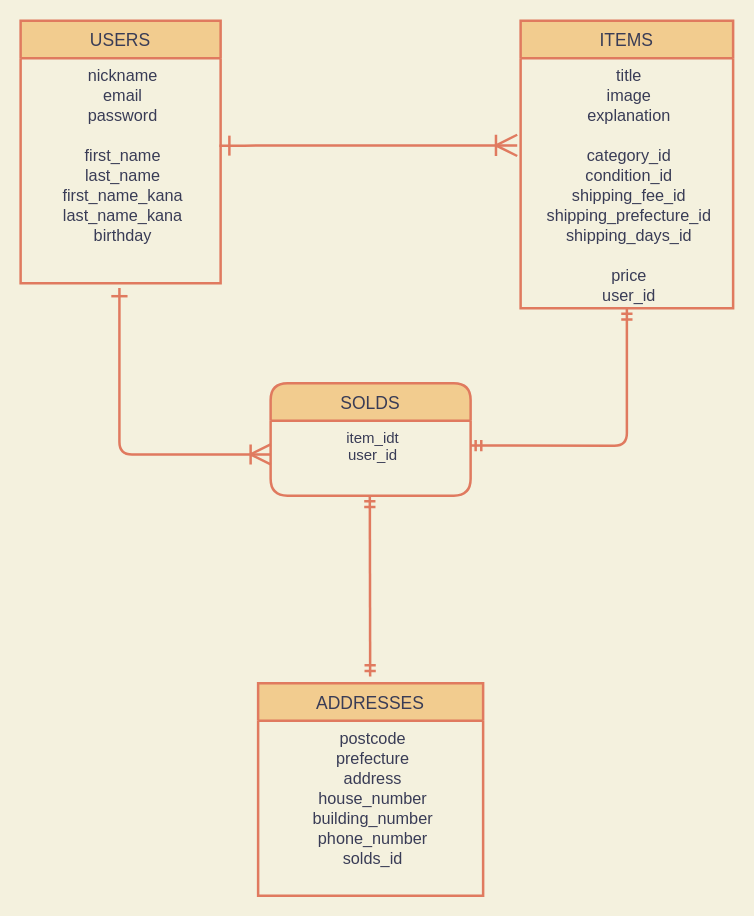
Earlier version of the draw.io diagram furima.dio (ZUNMASUI/furima-33472). Source tidied: cells renumbered, new cells numbered last; positions are measured from the earlier drawing's top-left corner, leaving out a move shared by most shapes. Both pictures are drawn from the tidied source at 125%, with x=0, y=0 at pixel (20, 20).
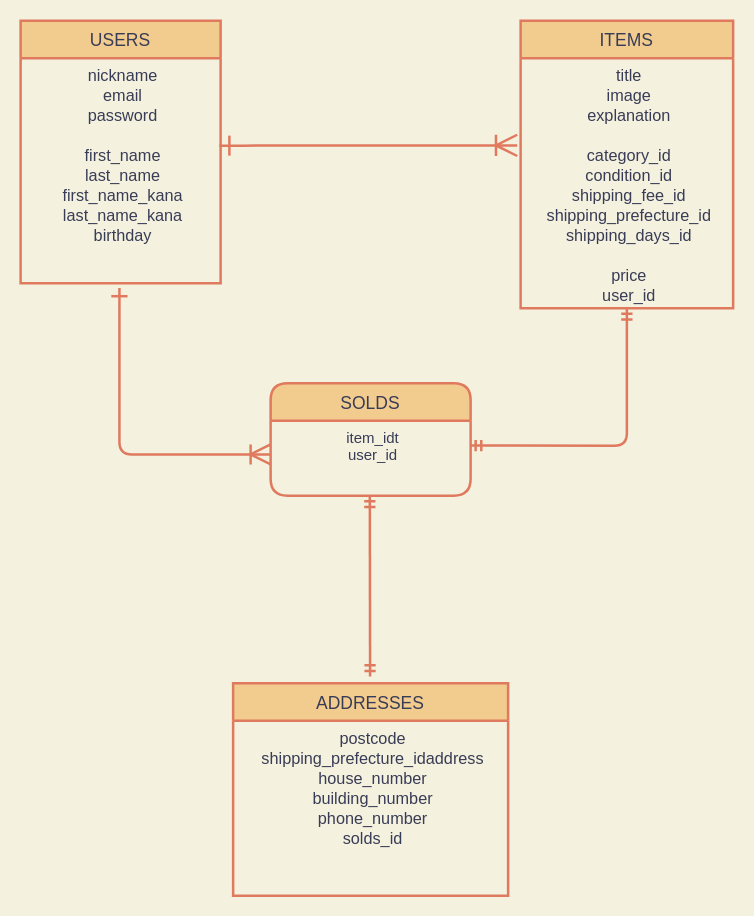
Above is the later version.

Commit message (it also covers changes not shown here):
２回目の修正

What changed in the source:
```diff
@@
 <mxGraphModel background="#F4F1DE">
   <root>
     <mxCell id="0" />
     <mxCell id="1" parent="0" />
     <mxCell id="2" value="USERS" style="swimlane;horizontal=1;startSize=30;fontSize=14;fontStyle=0;strokeWidth=2;shadow=0;dashed=0;align=center;fillColor=#F2CC8F;strokeColor=#E07A5F;fontColor=#393C56;" parent="1" vertex="1">
       <mxGeometry width="160" height="210" as="geometry" />
     </mxCell>
     <mxCell id="3" value="nickname&#10;email&#10;password&#10;&#10;first_name&#10;last_name&#10;first_name_kana&#10;last_name_kana&#10;birthday" style="align=center;strokeColor=none;fillColor=none;spacingLeft=4;fontSize=13;verticalAlign=top;fontColor=#393C56;" parent="2" vertex="1">
       <mxGeometry y="30" width="160" height="180" as="geometry" />
     </mxCell>
     <mxCell id="4" value="ITEMS" style="swimlane;horizontal=1;startSize=30;fontSize=14;fontStyle=0;strokeWidth=2;shadow=0;dashed=0;align=center;fillColor=#F2CC8F;strokeColor=#E07A5F;fontColor=#393C56;" parent="1" vertex="1">
       <mxGeometry x="400" width="170" height="230" as="geometry" />
     </mxCell>
     <mxCell id="5" value="title&#10;image&#10;explanation&#10;&#10;category_id&#10;condition_id&#10;shipping_fee_id&#10;shipping_prefecture_id&#10;shipping_days_id&#10;&#10;price&#10;user_id&#10;" style="align=center;strokeColor=none;fillColor=none;spacingLeft=4;fontSize=13;verticalAlign=top;fontColor=#393C56;" parent="4" vertex="1">
       <mxGeometry y="30" width="170" height="200" as="geometry" />
     </mxCell>
     <mxCell id="6" value="ADDRESSES" style="swimlane;horizontal=1;startSize=30;fontSize=14;fontStyle=0;strokeWidth=2;shadow=0;dashed=0;align=center;fillColor=#F2CC8F;strokeColor=#E07A5F;fontColor=#393C56;" parent="1" vertex="1">
-      <mxGeometry x="190" y="530" width="180" height="170" as="geometry" />
+      <mxGeometry x="170" y="530" width="220" height="170" as="geometry" />
     </mxCell>
-    <mxCell id="7" value="postcode&#10;prefecture&#10;address&#10;house_number&#10;building_number&#10;phone_number&#10;solds_id" style="align=center;strokeColor=none;fillColor=none;spacingLeft=4;fontSize=13;verticalAlign=top;fontColor=#393C56;" parent="6" vertex="1">
-      <mxGeometry y="30" width="180" height="140" as="geometry" />
+    <mxCell id="7" value="postcode&#10;shipping_prefecture_idaddress&#10;house_number&#10;building_number&#10;phone_number&#10;solds_id" style="align=center;strokeColor=none;fillColor=none;spacingLeft=4;fontSize=13;verticalAlign=top;fontColor=#393C56;" parent="6" vertex="1">
+      <mxGeometry y="30" width="220" height="140" as="geometry" />
     </mxCell>
     <mxCell id="8" style="edgeStyle=entityRelationEdgeStyle;fontSize=12;html=1;endArrow=ERoneToMany;entryX=-0.016;entryY=0.349;entryDx=0;entryDy=0;entryPerimeter=0;fillColor=#F2CC8F;endFill=0;strokeColor=#E07A5F;strokeWidth=2;startArrow=ERone;startFill=0;endSize=14;sourcePerimeterSpacing=1;targetPerimeterSpacing=3;startSize=13;labelBackgroundColor=#F4F1DE;fontColor=#393C56;" parent="1" edge="1" target="5">
       <mxGeometry relative="1" as="geometry">
         <mxPoint x="159" y="100" as="sourcePoint" />
       </mxGeometry>
     </mxCell>
     <mxCell id="9" style="edgeStyle=orthogonalEdgeStyle;fontSize=12;html=1;endArrow=ERmandOne;startArrow=ERmandOne;strokeColor=#E07A5F;strokeWidth=2;entryX=0.5;entryY=1;entryDx=0;entryDy=0;labelBackgroundColor=#F4F1DE;fontColor=#393C56;exitX=0.997;exitY=0.333;exitDx=0;exitDy=0;exitPerimeter=0;" parent="1" edge="1" source="11" target="5">
       <mxGeometry relative="1" as="geometry">
         <Array as="points">
           <mxPoint x="485" y="340" />
         </Array>
       </mxGeometry>
     </mxCell>
     <mxCell id="10" value="SOLDS" style="swimlane;horizontal=1;startSize=30;rounded=1;fontSize=14;fontStyle=0;strokeWidth=2;shadow=0;dashed=0;align=center;strokeColor=#E07A5F;fontColor=#393C56;fillColor=#F2CC8F;" parent="1" vertex="1">
       <mxGeometry x="200" y="290" width="160" height="90" as="geometry" />
     </mxCell>
     <mxCell id="11" value="item_idt&#10;user_id" style="align=center;strokeColor=none;fillColor=none;spacingLeft=4;fontSize=12;verticalAlign=top;fontColor=#393C56;" parent="10" vertex="1">
       <mxGeometry y="30" width="160" height="60" as="geometry" />
     </mxCell>
     <mxCell id="12" style="edgeStyle=elbowEdgeStyle;fontSize=12;html=1;endArrow=ERoneToMany;strokeColor=#E07A5F;fillColor=#F2CC8F;elbow=vertical;strokeWidth=2;entryX=0;entryY=0.455;entryDx=0;entryDy=0;entryPerimeter=0;startSize=10;endSize=13;startArrow=ERone;startFill=0;exitX=0.494;exitY=1.022;exitDx=0;exitDy=0;exitPerimeter=0;" parent="1" edge="1" source="3" target="11">
       <mxGeometry relative="1" as="geometry">
         <Array as="points">
           <mxPoint x="130" y="347" />
         </Array>
       </mxGeometry>
     </mxCell>
     <mxCell id="13" style="fontSize=12;html=1;endArrow=ERmandOne;startArrow=ERmandOne;strokeColor=#E07A5F;strokeWidth=2;fillColor=#F2CC8F;exitX=0.498;exitY=-0.031;exitDx=0;exitDy=0;exitPerimeter=0;entryX=0.496;entryY=1.001;entryDx=0;entryDy=0;entryPerimeter=0;" parent="1" edge="1" source="6" target="11">
       <mxGeometry relative="1" as="geometry" />
     </mxCell>
   </root>
 </mxGraphModel>
```
